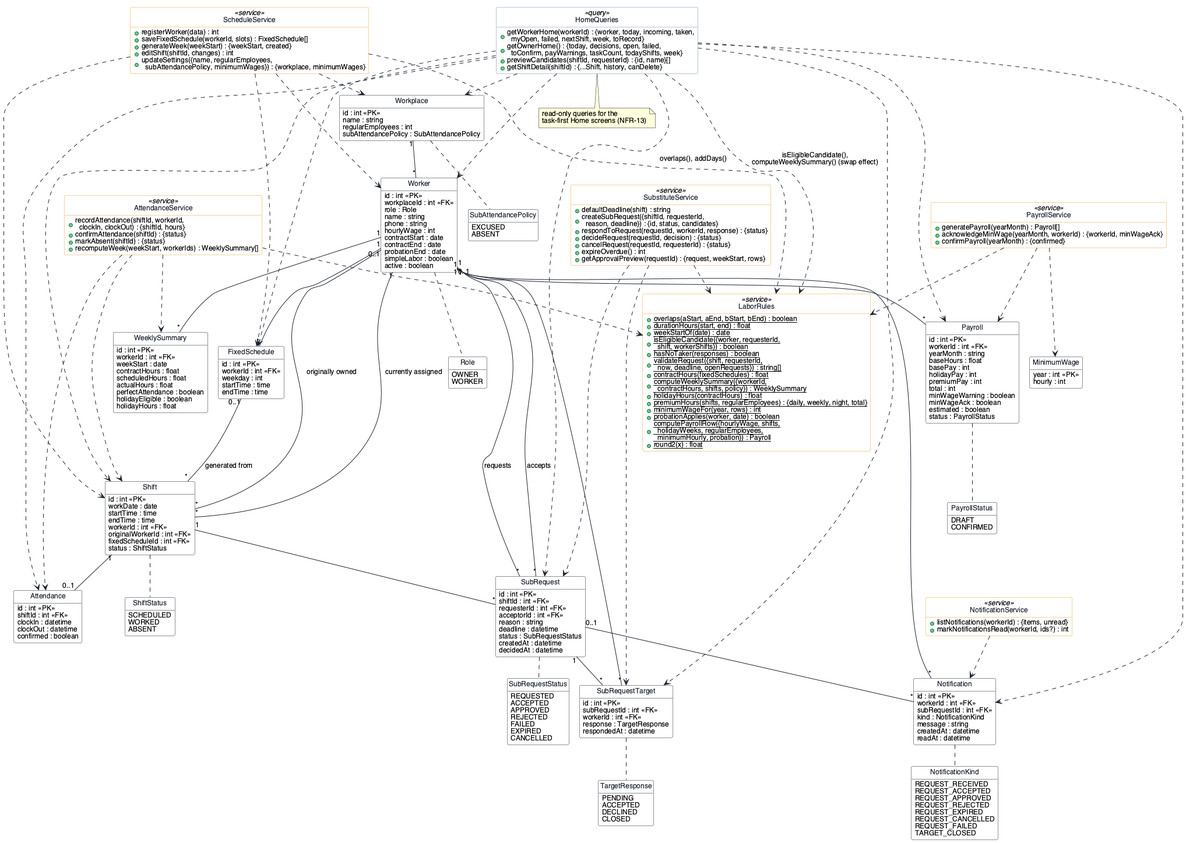
Earlier version of the PlantUML export uml/class.png (keemlogan/shiftswap).
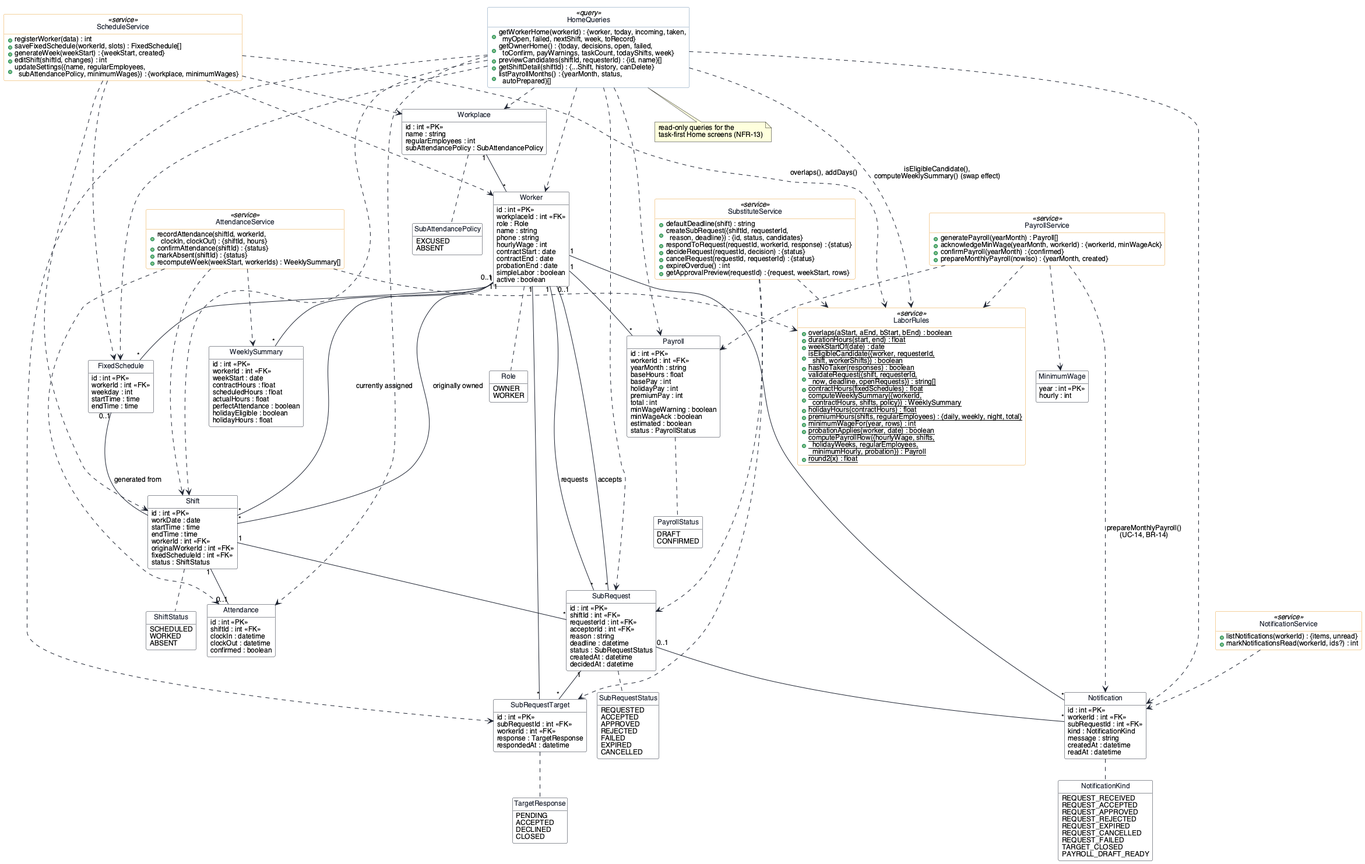
After the change.

Change to the diagram source:
```diff
@@ -62,6 +62,7 @@
   REQUEST_CANCELLED
   REQUEST_FAILED
   TARGET_CLOSED
+  PAYROLL_DRAFT_READY
 }
 
 class Workplace {
@@ -203,6 +204,7 @@
   +generatePayroll(yearMonth) : Payroll[]
   +acknowledgeMinWage(yearMonth, workerId) : {workerId, minWageAck}
   +confirmPayroll(yearMonth) : {confirmed}
+  +prepareMonthlyPayroll(nowIso) : {yearMonth, created}
 }
 
 class NotificationService <<service>> {
@@ -232,6 +234,7 @@
   +getOwnerHome() : {today, decisions, open, failed,\n  toConfirm, payWarnings, taskCount, todayShifts, week}
   +previewCandidates(shiftId, requesterId) : {id, name}[]
   +getShiftDetail(shiftId) : {...Shift, history, canDelete}
+  +listPayrollMonths() : {yearMonth, status,\n  autoPrepared}[]
 }
 note bottom of HomeQueries : read-only queries for the\ntask-first Home screens (NFR-13)
 
@@ -274,6 +277,7 @@
 PayrollService ..> Payroll
 PayrollService ..> MinimumWage
 PayrollService ..> LaborRules
+PayrollService ..> Notification : prepareMonthlyPayroll()\n(UC-14, BR-14)
 NotificationService ..> Notification
 HomeQueries ..> Worker
 HomeQueries ..> Workplace
```
